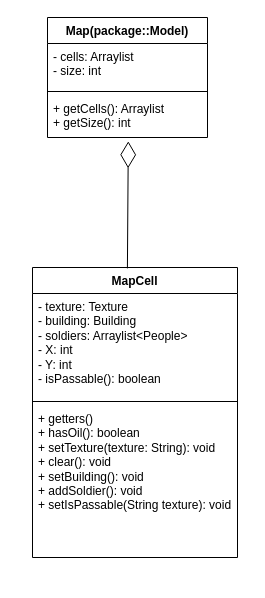
This is UMLs/Map/Map.drawio from advanced-programming-sut-2023/project-group-41, a draw.io file, before an edit. Source tidied: cells renumbered, new cells numbered last; positions are measured from the earlier drawing's top-left corner, leaving out a move shared by most shapes. Both pictures are drawn from the tidied source at 100%, with x=0, y=0 at pixel (32, 17).
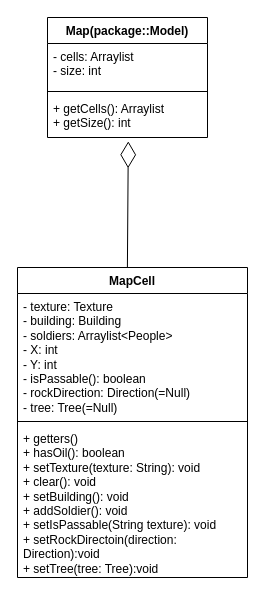
The same page after the edit.

Diff of the diagram source:
```diff
@@
 <mxGraphModel>
   <root>
     <mxCell id="0" />
     <mxCell id="1" parent="0" />
     <mxCell id="2" value="Map(package::Model)" style="swimlane;fontStyle=1;align=center;verticalAlign=top;horizontal=1;startSize=26;whiteSpace=wrap;html=1;" parent="1" vertex="1">
       <mxGeometry x="15" width="160" height="120" as="geometry" />
     </mxCell>
     <mxCell id="3" value="- cells: Arraylist&lt;br&gt;- size: int" style="text;strokeColor=none;fillColor=none;align=left;verticalAlign=top;spacingLeft=4;spacingRight=4;overflow=hidden;whiteSpace=wrap;html=1;" parent="2" vertex="1">
       <mxGeometry y="26" width="160" height="44" as="geometry" />
     </mxCell>
     <mxCell id="4" style="line;strokeWidth=1;fillColor=none;align=left;verticalAlign=middle;spacingTop=-1;spacingLeft=3;spacingRight=3;labelPosition=right;strokeColor=inherit;" parent="2" vertex="1">
       <mxGeometry y="70" width="160" height="8" as="geometry" />
     </mxCell>
     <mxCell id="5" value="+ getCells(): Arraylist&lt;br&gt;+ getSize(): int" style="text;strokeColor=none;fillColor=none;align=left;verticalAlign=top;spacingLeft=4;spacingRight=4;overflow=hidden;points=[[0,0.5],[1,0.5]];portConstraint=eastwest;whiteSpace=wrap;html=1;" parent="2" vertex="1">
       <mxGeometry y="78" width="160" height="42" as="geometry" />
     </mxCell>
+    <mxCell id="10" style="endArrow=diamondThin;endFill=0;endSize=24;html=1;rounded=0;exitX=0.463;exitY=0.003;exitDx=0;exitDy=0;exitPerimeter=0;entryX=0.505;entryY=1.09;entryDx=0;entryDy=0;entryPerimeter=0;" parent="1" edge="1" target="5">
+      <mxGeometry relative="1" as="geometry">
+        <mxPoint x="94.9" y="250.9" as="sourcePoint" />
+      </mxGeometry>
+    </mxCell>
     <mxCell id="6" value="MapCell" style="swimlane;fontStyle=1;align=center;verticalAlign=top;horizontal=1;startSize=26;whiteSpace=wrap;html=1;" parent="1" vertex="1">
-      <mxGeometry y="250" width="205" height="290" as="geometry" />
+      <mxGeometry x="-15" y="250" width="230" height="310" as="geometry" />
     </mxCell>
-    <mxCell id="7" value="- texture: Texture&lt;br style=&quot;border-color: var(--border-color);&quot;&gt;- building: Building&lt;br style=&quot;border-color: var(--border-color);&quot;&gt;- soldiers: Arraylist&amp;lt;People&amp;gt;&lt;br style=&quot;border-color: var(--border-color);&quot;&gt;- X: int&lt;br style=&quot;border-color: var(--border-color);&quot;&gt;- Y: int&lt;br&gt;- isPassable(): boolean" style="text;strokeColor=none;fillColor=none;align=left;verticalAlign=top;spacingLeft=4;spacingRight=4;overflow=hidden;whiteSpace=wrap;html=1;" parent="6" vertex="1">
-      <mxGeometry y="26" width="205" height="104" as="geometry" />
-    </mxCell>
-    <mxCell id="8" style="line;strokeWidth=1;fillColor=none;align=left;verticalAlign=middle;spacingTop=-1;spacingLeft=3;spacingRight=3;labelPosition=right;strokeColor=inherit;" parent="6" vertex="1">
-      <mxGeometry y="130" width="205" height="8" as="geometry" />
-    </mxCell>
-    <mxCell id="9" value="+ getters()&lt;br style=&quot;border-color: var(--border-color);&quot;&gt;+ hasOil(): boolean&lt;br&gt;+ setTexture(texture: String): void&lt;br&gt;+ clear(): void&lt;br&gt;+ setBuilding(): void&lt;br&gt;+ addSoldier(): void&lt;br&gt;+ setIsPassable(String texture): void" style="text;strokeColor=none;fillColor=none;align=left;verticalAlign=top;spacingLeft=4;spacingRight=4;overflow=hidden;whiteSpace=wrap;html=1;" parent="6" vertex="1">
-      <mxGeometry y="138" width="205" height="152" as="geometry" />
-    </mxCell>
-    <mxCell id="10" style="endArrow=diamondThin;endFill=0;endSize=24;html=1;rounded=0;exitX=0.463;exitY=0.003;exitDx=0;exitDy=0;exitPerimeter=0;entryX=0.505;entryY=1.09;entryDx=0;entryDy=0;entryPerimeter=0;" parent="1" edge="1" source="6" target="5">
-      <mxGeometry relative="1" as="geometry" />
-    </mxCell>
+    <mxCell id="11" value="- texture: Texture&lt;br style=&quot;border-color: var(--border-color);&quot;&gt;- building: Building&lt;br style=&quot;border-color: var(--border-color);&quot;&gt;- soldiers: Arraylist&amp;lt;People&amp;gt;&lt;br style=&quot;border-color: var(--border-color);&quot;&gt;- X: int&lt;br style=&quot;border-color: var(--border-color);&quot;&gt;- Y: int&lt;br&gt;- isPassable(): boolean&lt;br&gt;- rockDirection: Direction(=Null)&lt;br&gt;- tree: Tree(=Null)" style="text;strokeColor=none;fillColor=none;align=left;verticalAlign=top;spacingLeft=4;spacingRight=4;overflow=hidden;whiteSpace=wrap;html=1;" parent="6" vertex="1">
+      <mxGeometry y="26" width="230" height="124" as="geometry" />
+    </mxCell>
+    <mxCell id="12" style="line;strokeWidth=1;fillColor=none;align=left;verticalAlign=middle;spacingTop=-1;spacingLeft=3;spacingRight=3;labelPosition=right;strokeColor=inherit;" parent="6" vertex="1">
+      <mxGeometry y="150" width="230" height="8" as="geometry" />
+    </mxCell>
+    <mxCell id="13" value="+ getters()&lt;br style=&quot;border-color: var(--border-color);&quot;&gt;+ hasOil(): boolean&lt;br&gt;+ setTexture(texture: String): void&lt;br&gt;+ clear(): void&lt;br&gt;+ setBuilding(): void&lt;br&gt;+ addSoldier(): void&lt;br&gt;+ setIsPassable(String texture): void&lt;br&gt;+ setRockDirectoin(direction: Direction):void&lt;br&gt;+ setTree(tree: Tree):void" style="text;strokeColor=none;fillColor=none;align=left;verticalAlign=top;spacingLeft=4;spacingRight=4;overflow=hidden;whiteSpace=wrap;html=1;" parent="6" vertex="1">
+      <mxGeometry y="158" width="230" height="152" as="geometry" />
+    </mxCell>
   </root>
 </mxGraphModel>
```
